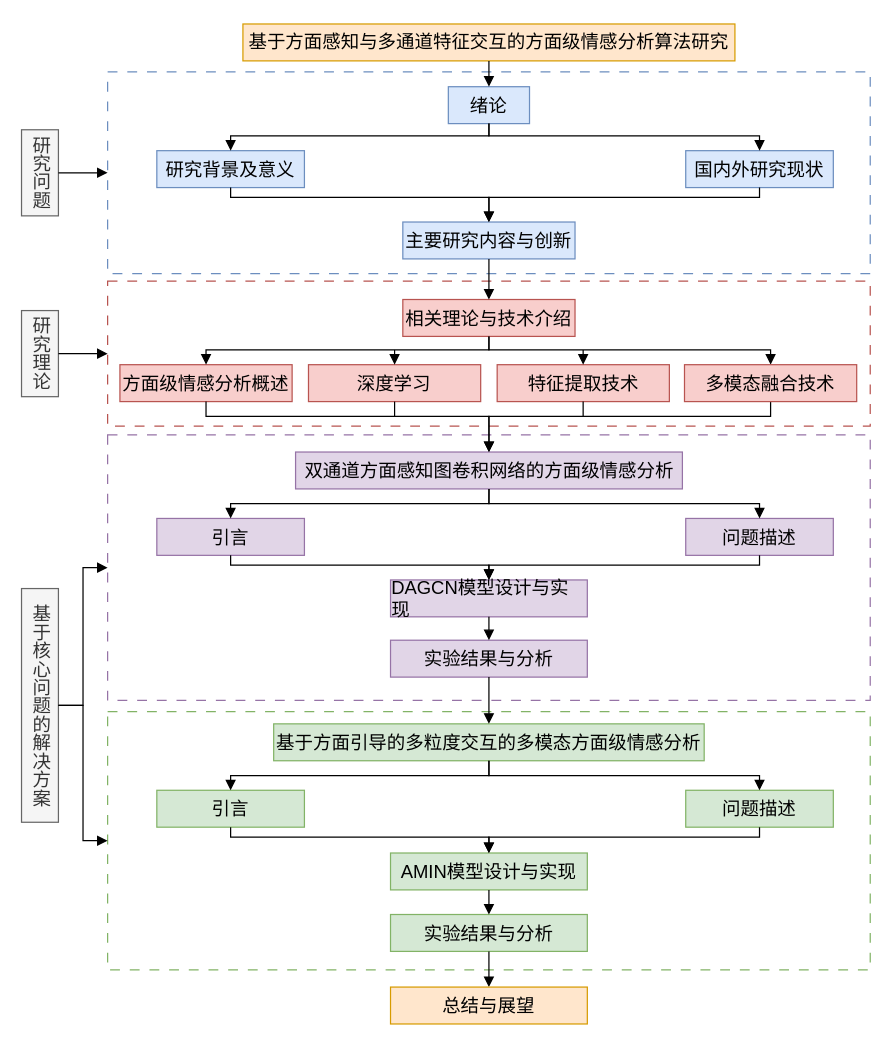
Above: machine-learning/organizationStructure.drawio in zhaicao/images (draw.io), before the change. Source tidied: cells renumbered, new cells numbered last; positions are measured from the earlier drawing's top-left corner, leaving out a move shared by most shapes. Both pictures are drawn from the tidied source at 123%, with x=0, y=0 at pixel (21, 23).
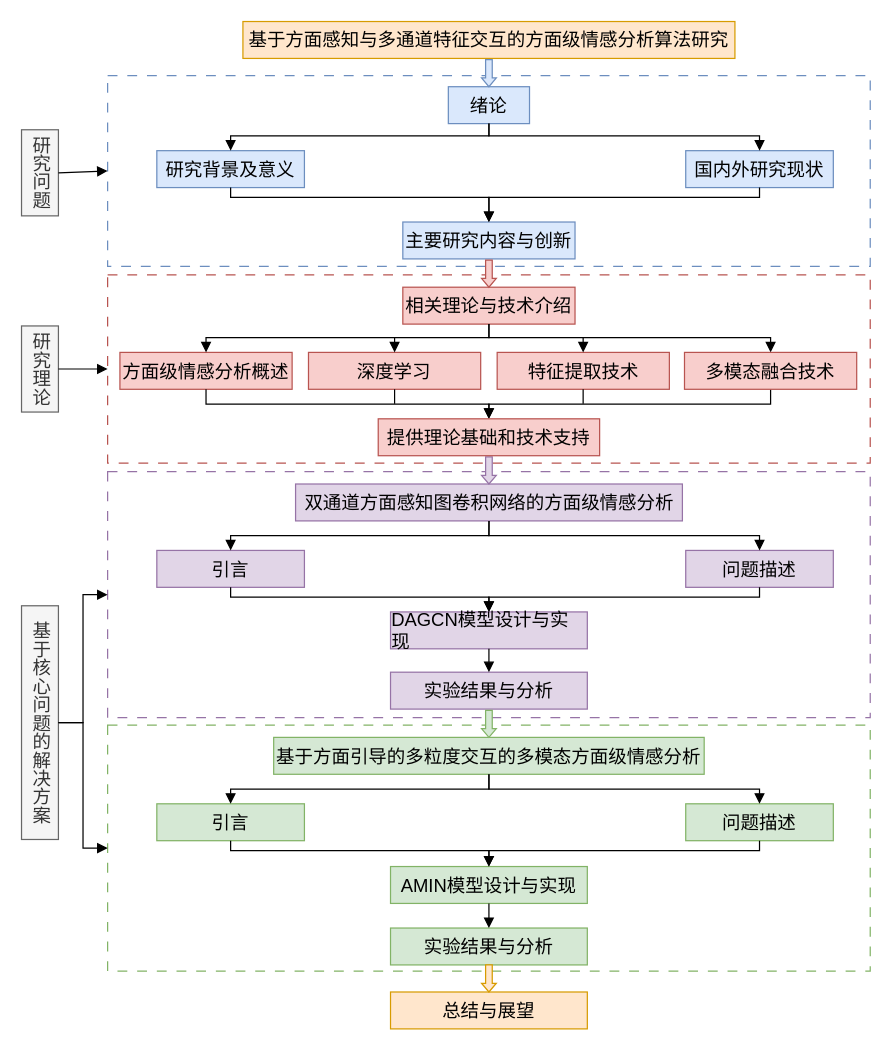
The same page after the edit.

Unchanged cells that the change refers to:
```xml
<mxCell id="4" value="&lt;div style=&quot;text-align: left;&quot;&gt;&lt;span style=&quot;background-color: transparent; color: light-dark(rgb(0, 0, 0), rgb(255, 255, 255));&quot;&gt;&lt;font face=&quot;黑体&quot;&gt;绪论&lt;/font&gt;&lt;/span&gt;&lt;/div&gt;" style="rounded=0;whiteSpace=wrap;html=1;fontSize=15;fillColor=#dae8fc;strokeColor=#6c8ebf;" parent="1" vertex="1">
  <mxGeometry x="347" y="51" width="66" height="30" as="geometry" />
</mxCell>
<mxCell id="7" value="&lt;div style=&quot;text-align: left;&quot;&gt;&lt;span style=&quot;background-color: transparent; color: light-dark(rgb(0, 0, 0), rgb(255, 255, 255));&quot;&gt;&lt;font face=&quot;黑体&quot;&gt;主要研究内容与创新&lt;/font&gt;&lt;/span&gt;&lt;/div&gt;" style="rounded=0;whiteSpace=wrap;html=1;fontSize=15;fillColor=#dae8fc;strokeColor=#6c8ebf;" parent="1" vertex="1">
  <mxGeometry x="310" y="161" width="140" height="30" as="geometry" />
</mxCell>
```

Diff of the diagram source:
```diff
@@
     <mxCell id="2" style="rounded=0;whiteSpace=wrap;html=1;dashed=1;dashPattern=8 8;fillColor=#FFFFFF;strokeColor=#6c8ebf;" parent="1" vertex="1">
-      <mxGeometry x="70" y="39" width="620" height="164" as="geometry" />
+      <mxGeometry x="70" y="42" width="620" height="155" as="geometry" />
     </mxCell>
     <mxCell id="3" value="&lt;font&gt;&lt;font style=&quot;text-align: left;&quot;&gt;&lt;span style=&quot;line-height: 22.5px; font-family: 黑体;&quot;&gt;基于方面感知与多通道特征交互的&lt;/span&gt;&lt;/font&gt;&lt;span style=&quot;color: light-dark(rgb(0, 0, 0), rgb(255, 255, 255)); text-align: left; background-color: transparent; font-family: 黑体;&quot;&gt;方面级情感分析算法研究&lt;/span&gt;&lt;/font&gt;" style="rounded=0;whiteSpace=wrap;html=1;fontSize=15;fillColor=#ffe6cc;strokeColor=#d79b00;" parent="1" vertex="1">
-      <mxGeometry x="180" width="400" height="30" as="geometry" />
+      <mxGeometry x="180" y="-2" width="400" height="30" as="geometry" />
     </mxCell>
@@
     <mxCell id="8" style="rounded=0;whiteSpace=wrap;html=1;dashed=1;dashPattern=8 8;fillColor=#FFFFFF;strokeColor=#b85450;" parent="1" vertex="1">
-      <mxGeometry x="70" y="209" width="620" height="118" as="geometry" />
+      <mxGeometry x="70" y="204" width="620" height="153" as="geometry" />
     </mxCell>
     <mxCell id="9" value="&lt;div style=&quot;text-align: left;&quot;&gt;&lt;span style=&quot;background-color: transparent; color: light-dark(rgb(0, 0, 0), rgb(255, 255, 255));&quot;&gt;&lt;font face=&quot;黑体&quot;&gt;相关理论与技术介绍&lt;/font&gt;&lt;/span&gt;&lt;/div&gt;" style="rounded=0;whiteSpace=wrap;html=1;fontSize=15;fillColor=#f8cecc;strokeColor=#b85450;" parent="1" vertex="1">
-      <mxGeometry x="310" y="224" width="140" height="30" as="geometry" />
+      <mxGeometry x="310" y="214" width="140" height="30" as="geometry" />
     </mxCell>
     <mxCell id="10" value="&lt;div style=&quot;text-align: left;&quot;&gt;&lt;span style=&quot;background-color: transparent; color: light-dark(rgb(0, 0, 0), rgb(255, 255, 255));&quot;&gt;&lt;font face=&quot;黑体&quot;&gt;方面级情感分析概述&lt;/font&gt;&lt;/span&gt;&lt;/div&gt;" style="rounded=0;whiteSpace=wrap;html=1;fontSize=15;fillColor=#f8cecc;strokeColor=#b85450;" parent="1" vertex="1">
-      <mxGeometry x="80" y="277" width="140" height="30" as="geometry" />
+      <mxGeometry x="80" y="267" width="140" height="30" as="geometry" />
     </mxCell>
     <mxCell id="11" value="&lt;div style=&quot;text-align: left;&quot;&gt;&lt;span style=&quot;background-color: transparent; color: light-dark(rgb(0, 0, 0), rgb(255, 255, 255));&quot;&gt;&lt;font face=&quot;黑体&quot;&gt;特征提取技术&lt;/font&gt;&lt;/span&gt;&lt;/div&gt;" style="rounded=0;whiteSpace=wrap;html=1;fontSize=15;fillColor=#f8cecc;strokeColor=#b85450;" parent="1" vertex="1">
-      <mxGeometry x="386.7" y="277" width="140" height="30" as="geometry" />
+      <mxGeometry x="386.7" y="267" width="140" height="30" as="geometry" />
     </mxCell>
     <mxCell id="12" value="&lt;div style=&quot;text-align: left;&quot;&gt;&lt;font face=&quot;黑体&quot;&gt;深度学习&lt;/font&gt;&lt;/div&gt;" style="rounded=0;whiteSpace=wrap;html=1;fontSize=15;fillColor=#f8cecc;strokeColor=#b85450;" parent="1" vertex="1">
-      <mxGeometry x="233.3" y="277" width="140" height="30" as="geometry" />
+      <mxGeometry x="233.3" y="267" width="140" height="30" as="geometry" />
     </mxCell>
     <mxCell id="13" style="rounded=0;whiteSpace=wrap;html=1;dashed=1;dashPattern=8 8;fillColor=#FFFFFF;strokeColor=#9673a6;" parent="1" vertex="1">
-      <mxGeometry x="70" y="334" width="620" height="216" as="geometry" />
+      <mxGeometry x="70" y="364" width="620" height="200" as="geometry" />
     </mxCell>
     <mxCell id="14" value="&lt;div style=&quot;text-align: left;&quot;&gt;&lt;span style=&quot;background-color: transparent; color: light-dark(rgb(0, 0, 0), rgb(255, 255, 255));&quot;&gt;&lt;font face=&quot;黑体&quot;&gt;双通道方面感知图卷积网络的方面级情感分析&lt;/font&gt;&lt;/span&gt;&lt;/div&gt;" style="rounded=0;whiteSpace=wrap;html=1;fontSize=15;fillColor=#e1d5e7;strokeColor=#9673a6;" parent="1" vertex="1">
-      <mxGeometry x="222.8" y="348" width="314.5" height="30" as="geometry" />
+      <mxGeometry x="222.8" y="374" width="314.5" height="30" as="geometry" />
     </mxCell>
     <mxCell id="15" value="&lt;div style=&quot;text-align: left;&quot;&gt;&lt;span style=&quot;background-color: transparent; color: light-dark(rgb(0, 0, 0), rgb(255, 255, 255));&quot;&gt;&lt;font face=&quot;黑体&quot;&gt;引言&lt;/font&gt;&lt;/span&gt;&lt;/div&gt;" style="rounded=0;whiteSpace=wrap;html=1;fontSize=15;fillColor=#e1d5e7;strokeColor=#9673a6;" parent="1" vertex="1">
-      <mxGeometry x="110" y="402" width="120" height="30" as="geometry" />
+      <mxGeometry x="110" y="428" width="120" height="30" as="geometry" />
     </mxCell>
     <mxCell id="16" value="&lt;div style=&quot;text-align: left;&quot;&gt;&lt;span style=&quot;background-color: transparent; color: light-dark(rgb(0, 0, 0), rgb(255, 255, 255));&quot;&gt;&lt;font face=&quot;黑体&quot;&gt;DAGCN模型设计与实现&lt;/font&gt;&lt;/span&gt;&lt;/div&gt;" style="rounded=0;whiteSpace=wrap;html=1;fontSize=15;fillColor=#e1d5e7;strokeColor=#9673a6;" parent="1" vertex="1">
-      <mxGeometry x="300" y="452" width="160" height="30" as="geometry" />
+      <mxGeometry x="300" y="478" width="160" height="30" as="geometry" />
     </mxCell>
     <mxCell id="17" value="&lt;div style=&quot;text-align: left;&quot;&gt;&lt;span style=&quot;background-color: transparent; color: light-dark(rgb(0, 0, 0), rgb(255, 255, 255));&quot;&gt;&lt;font face=&quot;黑体&quot;&gt;问题描述&lt;/font&gt;&lt;/span&gt;&lt;/div&gt;" style="rounded=0;whiteSpace=wrap;html=1;fontSize=15;fillColor=#e1d5e7;strokeColor=#9673a6;" parent="1" vertex="1">
-      <mxGeometry x="540" y="402" width="120" height="30" as="geometry" />
+      <mxGeometry x="540" y="428" width="120" height="30" as="geometry" />
     </mxCell>
     <mxCell id="18" value="&lt;div style=&quot;text-align: left;&quot;&gt;&lt;font face=&quot;黑体&quot;&gt;实验结果与分析&lt;/font&gt;&lt;/div&gt;" style="rounded=0;whiteSpace=wrap;html=1;fontSize=15;fillColor=#e1d5e7;strokeColor=#9673a6;" parent="1" vertex="1">
-      <mxGeometry x="300" y="501" width="160" height="30" as="geometry" />
+      <mxGeometry x="300" y="527" width="160" height="30" as="geometry" />
     </mxCell>
     <mxCell id="19" style="rounded=0;whiteSpace=wrap;html=1;dashed=1;dashPattern=8 8;fillColor=#FFFFFF;strokeColor=#82b366;" parent="1" vertex="1">
-      <mxGeometry x="70" y="559" width="620" height="210" as="geometry" />
+      <mxGeometry x="70" y="570" width="620" height="200" as="geometry" />
     </mxCell>
     <mxCell id="20" value="&lt;div style=&quot;text-align: left;&quot;&gt;&lt;span style=&quot;background-color: transparent; color: light-dark(rgb(0, 0, 0), rgb(255, 255, 255));&quot;&gt;&lt;font face=&quot;黑体&quot;&gt;基于方面引导的多粒度交互的多模态方面级情感分析&lt;/font&gt;&lt;/span&gt;&lt;/div&gt;" style="rounded=0;whiteSpace=wrap;html=1;fontSize=15;fillColor=#d5e8d4;strokeColor=#82b366;" parent="1" vertex="1">
-      <mxGeometry x="205" y="569" width="350" height="30" as="geometry" />
+      <mxGeometry x="205" y="580" width="350" height="30" as="geometry" />
     </mxCell>
     <mxCell id="21" value="&lt;div style=&quot;text-align: left;&quot;&gt;&lt;span style=&quot;background-color: transparent; color: light-dark(rgb(0, 0, 0), rgb(255, 255, 255));&quot;&gt;&lt;font face=&quot;黑体&quot;&gt;引言&lt;/font&gt;&lt;/span&gt;&lt;/div&gt;" style="rounded=0;whiteSpace=wrap;html=1;fontSize=15;fillColor=#d5e8d4;strokeColor=#82b366;" parent="1" vertex="1">
-      <mxGeometry x="110" y="623" width="120" height="30" as="geometry" />
+      <mxGeometry x="110" y="634" width="120" height="30" as="geometry" />
     </mxCell>
     <mxCell id="22" value="&lt;div style=&quot;text-align: left;&quot;&gt;&lt;span style=&quot;background-color: transparent; color: light-dark(rgb(0, 0, 0), rgb(255, 255, 255));&quot;&gt;&lt;font face=&quot;黑体&quot;&gt;AMIN模型设计与实现&lt;/font&gt;&lt;/span&gt;&lt;/div&gt;" style="rounded=0;whiteSpace=wrap;html=1;fontSize=15;fillColor=#d5e8d4;strokeColor=#82b366;" parent="1" vertex="1">
-      <mxGeometry x="300" y="674" width="160" height="30" as="geometry" />
+      <mxGeometry x="300" y="685" width="160" height="30" as="geometry" />
     </mxCell>
     <mxCell id="23" value="&lt;div style=&quot;text-align: left;&quot;&gt;&lt;span style=&quot;background-color: transparent; color: light-dark(rgb(0, 0, 0), rgb(255, 255, 255));&quot;&gt;&lt;font face=&quot;黑体&quot;&gt;问题描述&lt;/font&gt;&lt;/span&gt;&lt;/div&gt;" style="rounded=0;whiteSpace=wrap;html=1;fontSize=15;fillColor=#d5e8d4;strokeColor=#82b366;" parent="1" vertex="1">
-      <mxGeometry x="540" y="623" width="120" height="30" as="geometry" />
+      <mxGeometry x="540" y="634" width="120" height="30" as="geometry" />
     </mxCell>
     <mxCell id="24" value="&lt;div style=&quot;text-align: left;&quot;&gt;&lt;font face=&quot;黑体&quot;&gt;实验结果与分析&lt;/font&gt;&lt;/div&gt;" style="rounded=0;whiteSpace=wrap;html=1;fontSize=15;fillColor=#d5e8d4;strokeColor=#82b366;" parent="1" vertex="1">
-      <mxGeometry x="300" y="724" width="160" height="30" as="geometry" />
+      <mxGeometry x="300" y="735" width="160" height="30" as="geometry" />
     </mxCell>
@@
     <mxCell id="26" value="研究理论" style="rounded=0;whiteSpace=wrap;html=1;textDirection=vertical-rl;fontSize=15;fillColor=#f5f5f5;fontColor=#333333;strokeColor=#666666;" parent="1" vertex="1">
-      <mxGeometry y="233" width="30" height="70" as="geometry" />
+      <mxGeometry y="245.5" width="30" height="70" as="geometry" />
     </mxCell>
     <mxCell id="27" value="基于核心问题的解决方案" style="rounded=0;whiteSpace=wrap;html=1;textDirection=vertical-rl;fontSize=15;fillColor=#f5f5f5;fontColor=#333333;strokeColor=#666666;" parent="1" vertex="1">
-      <mxGeometry y="459" width="30" height="190" as="geometry" />
+      <mxGeometry y="473" width="30" height="190" as="geometry" />
     </mxCell>
@@
     <mxCell id="30" style="endArrow=block;html=1;rounded=0;exitX=1;exitY=0.5;exitDx=0;exitDy=0;entryX=0;entryY=0.5;entryDx=0;entryDy=0;endFill=1;" parent="1" edge="1" source="27" target="13">
       <mxGeometry relative="1" as="geometry">
         <Array as="points">
-          <mxPoint x="50" y="554" />
-          <mxPoint x="50" y="442" />
+          <mxPoint x="50" y="568" />
+          <mxPoint x="50" y="464" />
         </Array>
       </mxGeometry>
     </mxCell>
     <mxCell id="31" style="endArrow=block;html=1;rounded=0;exitX=1;exitY=0.5;exitDx=0;exitDy=0;endFill=1;entryX=0;entryY=0.5;entryDx=0;entryDy=0;" parent="1" edge="1" source="27" target="19">
       <mxGeometry relative="1" as="geometry">
         <Array as="points">
-          <mxPoint x="50" y="554" />
-          <mxPoint x="50" y="664" />
+          <mxPoint x="50" y="568" />
+          <mxPoint x="50" y="670" />
         </Array>
       </mxGeometry>
     </mxCell>
-    <mxCell id="32" style="endArrow=block;html=1;rounded=0;endFill=1;exitX=0.5;exitY=1;exitDx=0;exitDy=0;fillColor=#dae8fc;strokeColor=#000000;entryX=0.5;entryY=0;entryDx=0;entryDy=0;" parent="1" edge="1" source="3" target="4">
-      <mxGeometry relative="1" as="geometry" />
-    </mxCell>
@@
-    <mxCell id="37" style="endArrow=block;html=1;rounded=0;endFill=1;entryX=0.5;entryY=0;entryDx=0;entryDy=0;exitX=0.5;exitY=1;exitDx=0;exitDy=0;fillColor=#f8cecc;strokeColor=#000000;" parent="1" edge="1" source="7" target="9">
-      <mxGeometry relative="1" as="geometry" />
-    </mxCell>
     <mxCell id="38" style="endArrow=block;html=1;rounded=0;endFill=1;entryX=0.5;entryY=0;entryDx=0;entryDy=0;exitX=0.5;exitY=1;exitDx=0;exitDy=0;fillColor=#f8cecc;strokeColor=#000000;" parent="1" edge="1" source="9" target="10">
       <mxGeometry relative="1" as="geometry">
         <Array as="points">
-          <mxPoint x="380" y="265" />
-          <mxPoint x="150" y="265" />
+          <mxPoint x="380" y="255" />
+          <mxPoint x="150" y="255" />
         </Array>
       </mxGeometry>
     </mxCell>
     <mxCell id="39" style="endArrow=block;html=1;rounded=0;endFill=1;entryX=0.5;entryY=0;entryDx=0;entryDy=0;exitX=0.5;exitY=1;exitDx=0;exitDy=0;fillColor=#f8cecc;strokeColor=#000000;" parent="1" edge="1" source="9" target="55">
       <mxGeometry relative="1" as="geometry">
         <Array as="points">
-          <mxPoint x="380" y="265" />
-          <mxPoint x="609" y="265" />
+          <mxPoint x="380" y="255" />
+          <mxPoint x="609" y="255" />
         </Array>
       </mxGeometry>
     </mxCell>
     <mxCell id="40" style="endArrow=block;html=1;rounded=0;endFill=1;entryX=0.5;entryY=0;entryDx=0;entryDy=0;exitX=0.5;exitY=1;exitDx=0;exitDy=0;" parent="1" edge="1" source="14" target="17">
       <mxGeometry relative="1" as="geometry">
         <Array as="points">
-          <mxPoint x="380" y="390" />
-          <mxPoint x="600" y="390" />
+          <mxPoint x="380" y="416" />
+          <mxPoint x="600" y="416" />
         </Array>
       </mxGeometry>
     </mxCell>
     <mxCell id="41" style="endArrow=block;html=1;rounded=0;endFill=1;entryX=0.5;entryY=0;entryDx=0;entryDy=0;exitX=0.5;exitY=1;exitDx=0;exitDy=0;" parent="1" edge="1" source="14" target="15">
       <mxGeometry relative="1" as="geometry">
         <Array as="points">
-          <mxPoint x="380" y="390" />
-          <mxPoint x="170" y="390" />
+          <mxPoint x="380" y="416" />
+          <mxPoint x="170" y="416" />
         </Array>
       </mxGeometry>
     </mxCell>
     <mxCell id="42" style="endArrow=block;html=1;rounded=0;endFill=1;entryX=0.5;entryY=0;entryDx=0;entryDy=0;exitX=0.5;exitY=1;exitDx=0;exitDy=0;" parent="1" edge="1" source="15" target="16">
       <mxGeometry relative="1" as="geometry">
         <Array as="points">
-          <mxPoint x="170" y="440" />
-          <mxPoint x="380" y="440" />
+          <mxPoint x="170" y="466" />
+          <mxPoint x="380" y="466" />
         </Array>
       </mxGeometry>
     </mxCell>
     <mxCell id="43" style="endArrow=block;html=1;rounded=0;endFill=1;exitX=0.5;exitY=1;exitDx=0;exitDy=0;entryX=0.5;entryY=0;entryDx=0;entryDy=0;" parent="1" edge="1" source="17" target="16">
       <mxGeometry relative="1" as="geometry">
         <Array as="points">
-          <mxPoint x="600" y="440" />
-          <mxPoint x="380" y="440" />
+          <mxPoint x="600" y="466" />
+          <mxPoint x="380" y="466" />
         </Array>
       </mxGeometry>
     </mxCell>
@@
-    <mxCell id="45" style="endArrow=block;html=1;rounded=0;endFill=1;exitX=0.5;exitY=1;exitDx=0;exitDy=0;entryX=0.5;entryY=0;entryDx=0;entryDy=0;" parent="1" edge="1" source="18" target="20">
-      <mxGeometry relative="1" as="geometry" />
-    </mxCell>
     <mxCell id="46" style="endArrow=block;html=1;rounded=0;endFill=1;exitX=0.5;exitY=1;exitDx=0;exitDy=0;entryX=0.5;entryY=0;entryDx=0;entryDy=0;" parent="1" edge="1" source="20" target="21">
       <mxGeometry relative="1" as="geometry">
         <Array as="points">
-          <mxPoint x="380" y="611" />
-          <mxPoint x="170" y="611" />
+          <mxPoint x="380" y="622" />
+          <mxPoint x="170" y="622" />
         </Array>
       </mxGeometry>
     </mxCell>
     <mxCell id="47" style="endArrow=block;html=1;rounded=0;endFill=1;exitX=0.5;exitY=1;exitDx=0;exitDy=0;entryX=0.5;entryY=0;entryDx=0;entryDy=0;" parent="1" edge="1" source="20" target="23">
       <mxGeometry relative="1" as="geometry">
         <Array as="points">
-          <mxPoint x="380" y="611" />
-          <mxPoint x="600" y="611" />
+          <mxPoint x="380" y="622" />
+          <mxPoint x="600" y="622" />
         </Array>
       </mxGeometry>
     </mxCell>
     <mxCell id="48" style="endArrow=block;html=1;rounded=0;endFill=1;exitX=0.5;exitY=1;exitDx=0;exitDy=0;entryX=0.5;entryY=0;entryDx=0;entryDy=0;" parent="1" edge="1" source="21" target="22">
       <mxGeometry relative="1" as="geometry">
         <Array as="points">
-          <mxPoint x="170" y="661" />
-          <mxPoint x="380" y="661" />
+          <mxPoint x="170" y="672" />
+          <mxPoint x="380" y="672" />
         </Array>
       </mxGeometry>
     </mxCell>
     <mxCell id="49" style="endArrow=block;html=1;rounded=0;endFill=1;exitX=0.5;exitY=1;exitDx=0;exitDy=0;entryX=0.5;entryY=0;entryDx=0;entryDy=0;" parent="1" edge="1" source="23" target="22">
       <mxGeometry relative="1" as="geometry">
         <Array as="points">
-          <mxPoint x="600" y="661" />
-          <mxPoint x="380" y="661" />
+          <mxPoint x="600" y="672" />
+          <mxPoint x="380" y="672" />
         </Array>
       </mxGeometry>
     </mxCell>
@@
-    <mxCell id="51" style="endArrow=block;html=1;rounded=0;endFill=1;exitX=0.5;exitY=1;exitDx=0;exitDy=0;entryX=0.5;entryY=0;entryDx=0;entryDy=0;" parent="1" edge="1" source="24" target="52">
-      <mxGeometry relative="1" as="geometry" />
-    </mxCell>
     <mxCell id="52" value="&lt;div style=&quot;text-align: left;&quot;&gt;&lt;font face=&quot;黑体&quot;&gt;总结与展望&lt;/font&gt;&lt;/div&gt;" style="rounded=0;whiteSpace=wrap;html=1;fontSize=15;fillColor=#ffe6cc;strokeColor=#d79b00;" parent="1" vertex="1">
-      <mxGeometry x="300" y="783" width="160" height="30" as="geometry" />
+      <mxGeometry x="300" y="787" width="160" height="30" as="geometry" />
     </mxCell>
-    <mxCell id="53" style="endArrow=block;html=1;rounded=0;endFill=1;entryX=0.5;entryY=0;entryDx=0;entryDy=0;exitX=0.5;exitY=1;exitDx=0;exitDy=0;fillColor=#f8cecc;strokeColor=#000000;" parent="1" edge="1" source="10" target="14">
+    <mxCell id="53" style="endArrow=block;html=1;rounded=0;endFill=1;entryX=0.5;entryY=0;entryDx=0;entryDy=0;exitX=0.5;exitY=1;exitDx=0;exitDy=0;fillColor=#f8cecc;strokeColor=#000000;" parent="1" edge="1" source="10" target="65">
       <mxGeometry relative="1" as="geometry">
         <Array as="points">
-          <mxPoint x="150" y="319" />
-          <mxPoint x="380" y="319" />
+          <mxPoint x="150" y="309" />
+          <mxPoint x="380" y="309" />
         </Array>
       </mxGeometry>
     </mxCell>
-    <mxCell id="54" style="endArrow=block;html=1;rounded=0;endFill=1;entryX=0.5;entryY=0;entryDx=0;entryDy=0;exitX=0.5;exitY=1;exitDx=0;exitDy=0;fillColor=#f8cecc;strokeColor=#000000;" parent="1" edge="1" source="55" target="14">
+    <mxCell id="54" style="endArrow=block;html=1;rounded=0;endFill=1;exitX=0.5;exitY=1;exitDx=0;exitDy=0;fillColor=#f8cecc;strokeColor=#000000;" parent="1" edge="1" source="55" target="65">
       <mxGeometry relative="1" as="geometry">
         <Array as="points">
-          <mxPoint x="609" y="319" />
-          <mxPoint x="380" y="319" />
+          <mxPoint x="609" y="309" />
+          <mxPoint x="380" y="309" />
         </Array>
       </mxGeometry>
     </mxCell>
     <mxCell id="55" value="&lt;div style=&quot;text-align: left;&quot;&gt;&lt;span style=&quot;background-color: transparent; color: light-dark(rgb(0, 0, 0), rgb(255, 255, 255));&quot;&gt;&lt;font face=&quot;黑体&quot;&gt;多模态融合技术&lt;/font&gt;&lt;/span&gt;&lt;/div&gt;" style="rounded=0;whiteSpace=wrap;html=1;fontSize=15;fillColor=#f8cecc;strokeColor=#b85450;" parent="1" vertex="1">
-      <mxGeometry x="539" y="277" width="140" height="30" as="geometry" />
+      <mxGeometry x="539" y="267" width="140" height="30" as="geometry" />
     </mxCell>
     <mxCell id="56" style="endArrow=block;html=1;rounded=0;endFill=1;entryX=0.5;entryY=0;entryDx=0;entryDy=0;exitX=0.5;exitY=1;exitDx=0;exitDy=0;fillColor=#f8cecc;strokeColor=#000000;" parent="1" edge="1">
       <mxGeometry relative="1" as="geometry">
-        <mxPoint x="303.3" y="265" as="sourcePoint" />
-        <mxPoint x="303.3" y="277" as="targetPoint" />
+        <mxPoint x="303.3" y="255" as="sourcePoint" />
+        <mxPoint x="303.3" y="267" as="targetPoint" />
       </mxGeometry>
     </mxCell>
     <mxCell id="57" style="endArrow=block;html=1;rounded=0;endFill=1;entryX=0.5;entryY=0;entryDx=0;entryDy=0;exitX=0.5;exitY=1;exitDx=0;exitDy=0;fillColor=#f8cecc;strokeColor=#000000;" parent="1" edge="1">
       <mxGeometry relative="1" as="geometry">
-        <mxPoint x="456.6" y="265" as="sourcePoint" />
-        <mxPoint x="456.6" y="277" as="targetPoint" />
+        <mxPoint x="456.6" y="255" as="sourcePoint" />
+        <mxPoint x="456.6" y="267" as="targetPoint" />
       </mxGeometry>
     </mxCell>
     <mxCell id="58" style="endArrow=none;html=1;rounded=0;entryX=0.478;entryY=1.007;entryDx=0;entryDy=0;entryPerimeter=0;" parent="1" edge="1">
       <mxGeometry relative="1" as="geometry">
-        <mxPoint x="303.3" y="318.8" as="sourcePoint" />
-        <mxPoint x="303.3" y="307" as="targetPoint" />
+        <mxPoint x="303.3" y="308.8" as="sourcePoint" />
+        <mxPoint x="303.3" y="297" as="targetPoint" />
       </mxGeometry>
     </mxCell>
     <mxCell id="59" style="endArrow=none;html=1;rounded=0;entryX=0.478;entryY=1.007;entryDx=0;entryDy=0;entryPerimeter=0;" parent="1" edge="1">
       <mxGeometry relative="1" as="geometry">
-        <mxPoint x="456.6" y="318.8" as="sourcePoint" />
-        <mxPoint x="456.6" y="307" as="targetPoint" />
+        <mxPoint x="456.6" y="308.8" as="sourcePoint" />
+        <mxPoint x="456.6" y="297" as="targetPoint" />
       </mxGeometry>
     </mxCell>
+    <mxCell id="60" style="html=1;shadow=0;dashed=0;align=center;verticalAlign=middle;shape=mxgraph.arrows2.arrow;dy=0.55;dx=7.1;direction=south;notch=0;fillColor=#dae8fc;strokeColor=#6c8ebf;" parent="1" vertex="1">
+      <mxGeometry x="374" y="29" width="12" height="22" as="geometry" />
+    </mxCell>
+    <mxCell id="61" style="html=1;shadow=0;dashed=0;align=center;verticalAlign=middle;shape=mxgraph.arrows2.arrow;dy=0.55;dx=7.1;direction=south;notch=0;fillColor=#f8cecc;strokeColor=#b85450;" parent="1" vertex="1">
+      <mxGeometry x="374" y="192" width="12" height="22" as="geometry" />
+    </mxCell>
+    <mxCell id="62" style="html=1;shadow=0;dashed=0;align=center;verticalAlign=middle;shape=mxgraph.arrows2.arrow;dy=0.55;dx=7.1;direction=south;notch=0;fillColor=#e1d5e7;strokeColor=#9673a6;" parent="1" vertex="1">
+      <mxGeometry x="374" y="352" width="12" height="22" as="geometry" />
+    </mxCell>
+    <mxCell id="63" style="html=1;shadow=0;dashed=0;align=center;verticalAlign=middle;shape=mxgraph.arrows2.arrow;dy=0.55;dx=7.1;direction=south;notch=0;fillColor=#d5e8d4;strokeColor=#82b366;" parent="1" vertex="1">
+      <mxGeometry x="374" y="558" width="12" height="22" as="geometry" />
+    </mxCell>
+    <mxCell id="64" style="html=1;shadow=0;dashed=0;align=center;verticalAlign=middle;shape=mxgraph.arrows2.arrow;dy=0.55;dx=7.1;direction=south;notch=0;fillColor=#ffe6cc;strokeColor=#d79b00;" parent="1" vertex="1">
+      <mxGeometry x="374" y="765" width="12" height="22" as="geometry" />
+    </mxCell>
+    <mxCell id="65" value="&lt;div style=&quot;text-align: left;&quot;&gt;&lt;span style=&quot;background-color: transparent; color: light-dark(rgb(0, 0, 0), rgb(255, 255, 255));&quot;&gt;&lt;font face=&quot;黑体&quot;&gt;提供理论基础和技术支持&lt;/font&gt;&lt;/span&gt;&lt;/div&gt;" style="rounded=0;whiteSpace=wrap;html=1;fontSize=15;fillColor=#f8cecc;strokeColor=#b85450;" parent="1" vertex="1">
+      <mxGeometry x="290" y="321" width="180" height="30" as="geometry" />
+    </mxCell>
```
